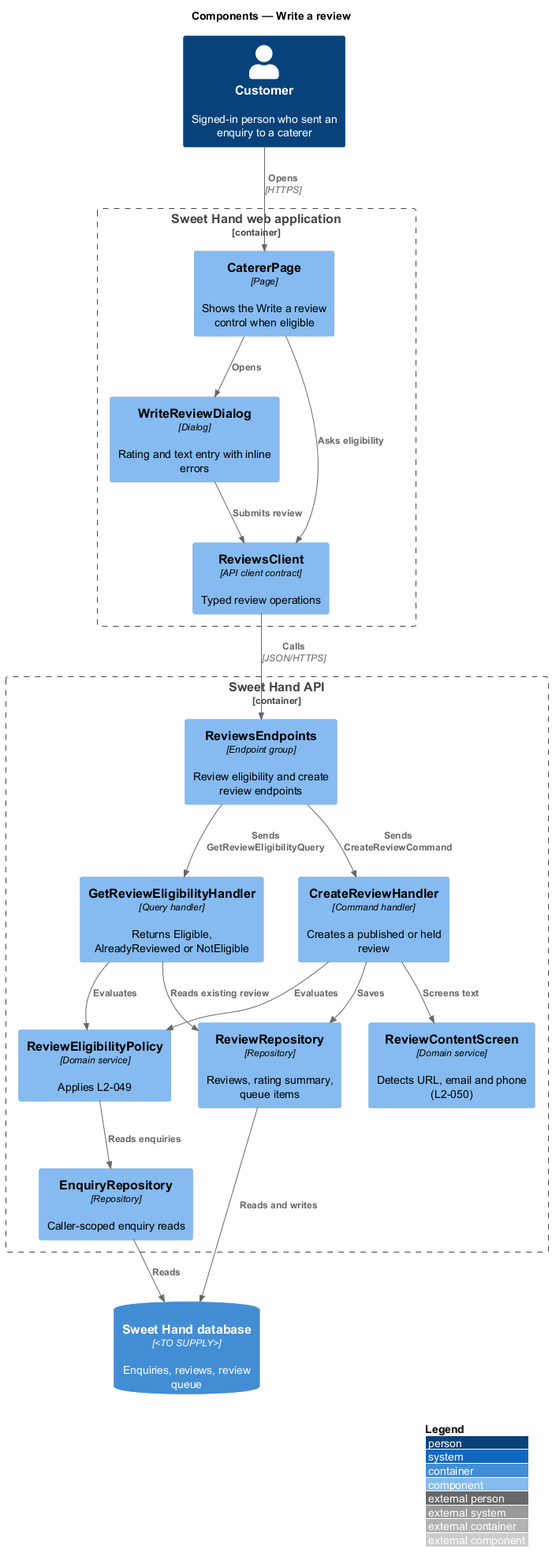
Above: docs/detailed-designs/reviews/write-review/diagrams/c4-component.png in QuinntyneBrown/sweet-hand (PlantUML), before the change. The source it was exported from:
```plantuml
@startuml
!include <C4/C4_Component>
LAYOUT_WITH_LEGEND()
title Components — Write a review

Person(customer, "Customer", "Signed-in person who sent an enquiry to a caterer")

Container_Boundary(web, "Sweet Hand web application") {
  Component(page, "CatererPage", "Page", "Shows the Write a review control when eligible")
  Component(dialog, "WriteReviewDialog", "Dialog", "Rating and text entry with inline errors")
  Component(client, "ReviewsClient", "API client contract", "Typed review operations")
}

Container_Boundary(api, "Sweet Hand API") {
  Component(endpoints, "ReviewsEndpoints", "Endpoint group", "Review eligibility and create review endpoints")
  Component(eligQ, "GetReviewEligibilityHandler", "Query handler", "Returns Eligible, AlreadyReviewed or NotEligible")
  Component(createH, "CreateReviewHandler", "Command handler", "Creates a published or held review")
  Component(policy, "ReviewEligibilityPolicy", "Domain service", "Applies L2-049")
  Component(screen, "ReviewContentScreen", "Domain service", "Detects URL, email and phone (L2-050)")
  Component(enqRepo, "EnquiryRepository", "Repository", "Caller-scoped enquiry reads")
  Component(revRepo, "ReviewRepository", "Repository", "Reviews, rating summary, queue items")
}
ContainerDb(db, "Sweet Hand database", "<TO SUPPLY>", "Enquiries, reviews, review queue")

Rel(customer, page, "Opens", "HTTPS")
Rel(page, dialog, "Opens")
Rel(page, client, "Asks eligibility")
Rel(dialog, client, "Submits review")
Rel(client, endpoints, "Calls", "JSON/HTTPS")
Rel(endpoints, eligQ, "Sends GetReviewEligibilityQuery")
Rel(endpoints, createH, "Sends CreateReviewCommand")
Rel(eligQ, policy, "Evaluates")
Rel(createH, policy, "Evaluates")
Rel(createH, screen, "Screens text")
Rel(policy, enqRepo, "Reads enquiries")
Rel(createH, revRepo, "Saves")
Rel(eligQ, revRepo, "Reads existing review")
Rel(enqRepo, db, "Reads")
Rel(revRepo, db, "Reads and writes")
@enduml
```
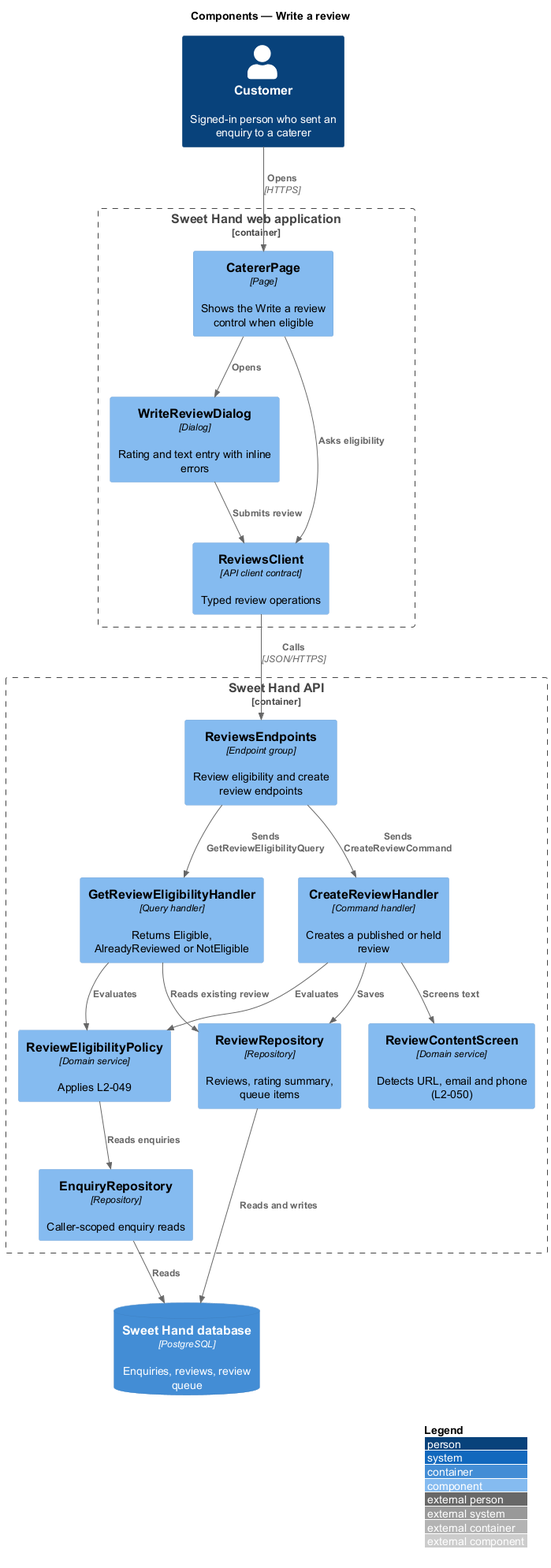
After the commit.

Change to the diagram source:
```diff
@@ -20,7 +20,7 @@
   Component(enqRepo, "EnquiryRepository", "Repository", "Caller-scoped enquiry reads")
   Component(revRepo, "ReviewRepository", "Repository", "Reviews, rating summary, queue items")
 }
-ContainerDb(db, "Sweet Hand database", "<TO SUPPLY>", "Enquiries, reviews, review queue")
+ContainerDb(db, "Sweet Hand database", "PostgreSQL", "Enquiries, reviews, review queue")
 
 Rel(customer, page, "Opens", "HTTPS")
 Rel(page, dialog, "Opens")
```
